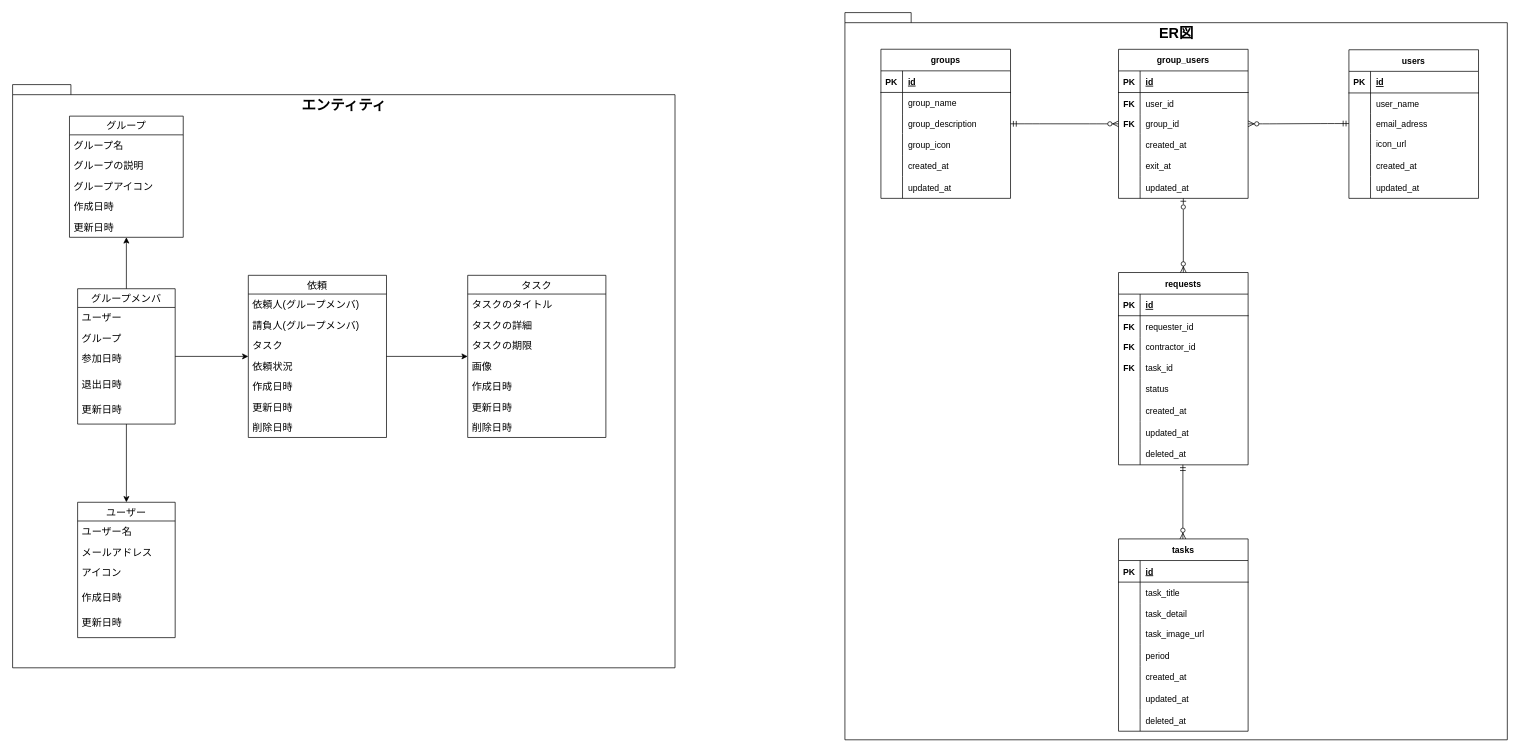
Above: docs/ER.drawio in hiroyuki20010323/portfolio (draw.io), before the change. Source tidied: cells renumbered, new cells numbered last; positions are measured from the earlier drawing's top-left corner, leaving out a move shared by most shapes. Both pictures are drawn from the tidied source at 72%, with x=0, y=0 at pixel (12, 12).
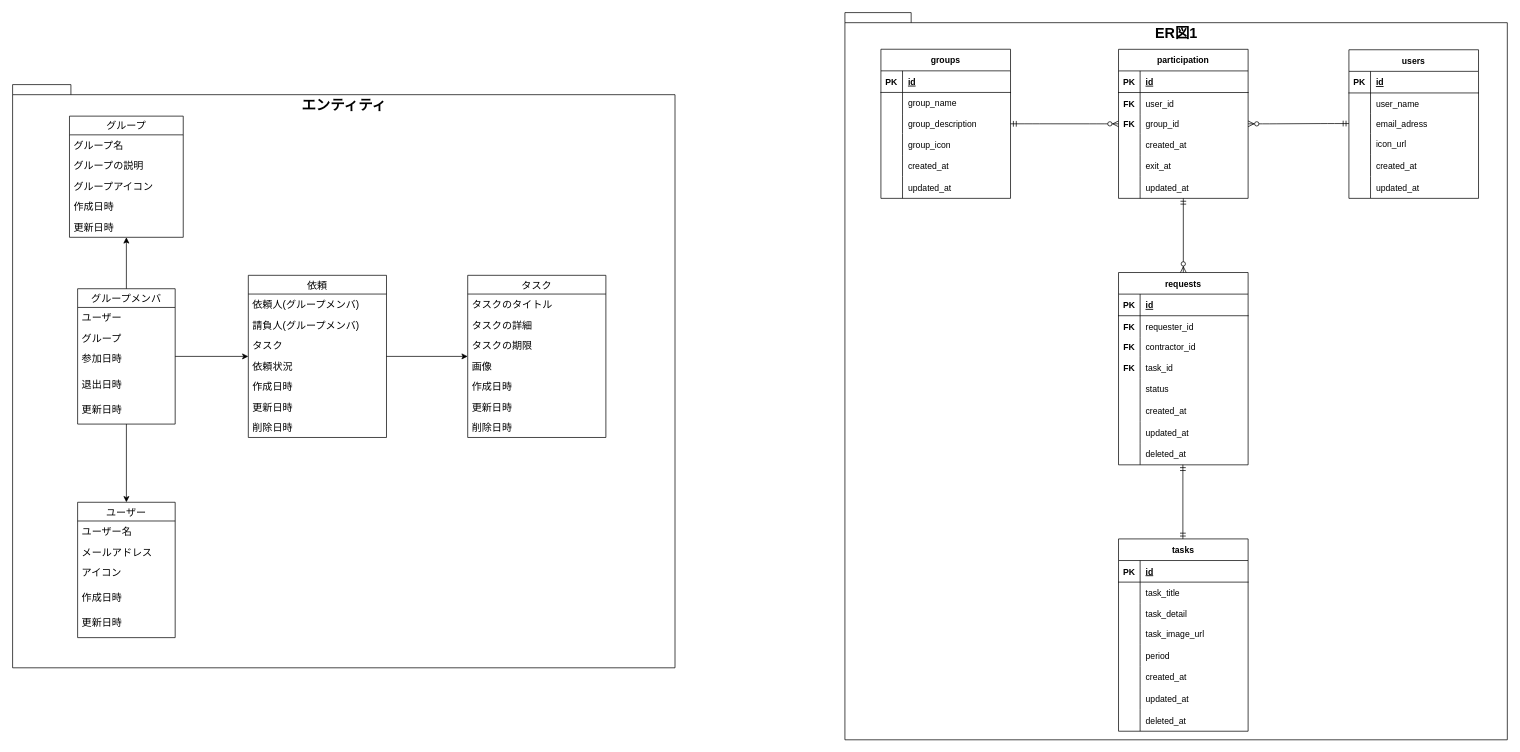
Above is the later version.

Commit message:
メンタリングプッシュ

Unchanged cells that the change refers to:
```xml
<mxCell id="42" value="requests" style="shape=table;startSize=30;childLayout=tableLayout;rowLines=0;fontStyle=1;align=center;" parent="41" vertex="1">
  <mxGeometry x="380" y="361" width="180" height="267.1" as="geometry" />
</mxCell>
<mxCell id="128" style="shape=tableRow;horizontal=0;startSize=0;swimlaneHead=0;swimlaneBody=0;fillColor=none;points=[[0,0.5],[1,0.5]];portConstraint=eastwest;top=0;left=0;right=0;bottom=0;" parent="112" vertex="1">
  <mxGeometry y="177" width="180" height="30" as="geometry" />
</mxCell>
```

Diff of the diagram source:
```diff
@@
-    <mxCell id="41" value="&lt;span style=&quot;font-size: 20px;&quot;&gt;ER図&lt;/span&gt;" style="shape=folder;fontStyle=1;spacingTop=10;tabWidth=40;tabHeight=14;tabPosition=left;html=1;strokeColor=default;fontSize=14;fillColor=none;verticalAlign=top;" parent="1" vertex="1">
+    <mxCell id="41" value="&lt;span style=&quot;font-size: 20px;&quot;&gt;ER図1&lt;/span&gt;" style="shape=folder;fontStyle=1;spacingTop=10;tabWidth=40;tabHeight=14;tabPosition=left;html=1;strokeColor=default;fontSize=14;fillColor=none;verticalAlign=top;" parent="1" vertex="1">
       <mxGeometry x="1156" width="920" height="1010" as="geometry" />
     </mxCell>
@@
-    <mxCell id="92" style="fontSize=12;html=1;endArrow=ERzeroToMany;startArrow=ERmandOne;entryX=0.5;entryY=0;entryDx=0;entryDy=0;" parent="41" edge="1">
+    <mxCell id="92" style="fontSize=12;html=1;endArrow=ERmandOne;startArrow=ERmandOne;entryX=0.5;entryY=0;entryDx=0;entryDy=0;startFill=0;endFill=0;" parent="41" edge="1">
       <mxGeometry relative="1" as="geometry">
         <mxPoint x="469.4" y="628" as="sourcePoint" />
         <mxPoint x="469.4" y="731" as="targetPoint" />
       </mxGeometry>
     </mxCell>
@@
-    <mxCell id="112" value="group_users" style="shape=table;startSize=30;childLayout=tableLayout;rowLines=0;fontStyle=1;align=center;" parent="1" vertex="1">
+    <mxCell id="112" value="participation" style="shape=table;startSize=30;childLayout=tableLayout;rowLines=0;fontStyle=1;align=center;" parent="1" vertex="1">
       <mxGeometry x="1536" y="51" width="180" height="207" as="geometry" />
     </mxCell>
@@
-    <mxCell id="152" style="fontSize=12;html=1;endArrow=ERzeroToMany;startArrow=ERzeroToOne;entryX=0.5;entryY=0;entryDx=0;entryDy=0;startFill=0;" parent="1" edge="1" source="128" target="42">
-      <mxGeometry relative="1" as="geometry" />
-    </mxCell>
+    <mxCell id="153" style="fontSize=12;html=1;endArrow=ERzeroToMany;startArrow=ERmandOne;entryX=0.5;entryY=0;entryDx=0;entryDy=0;rounded=1;" parent="1" edge="1" source="112" target="42">
+      <mxGeometry relative="1" as="geometry" />
+    </mxCell>
```
